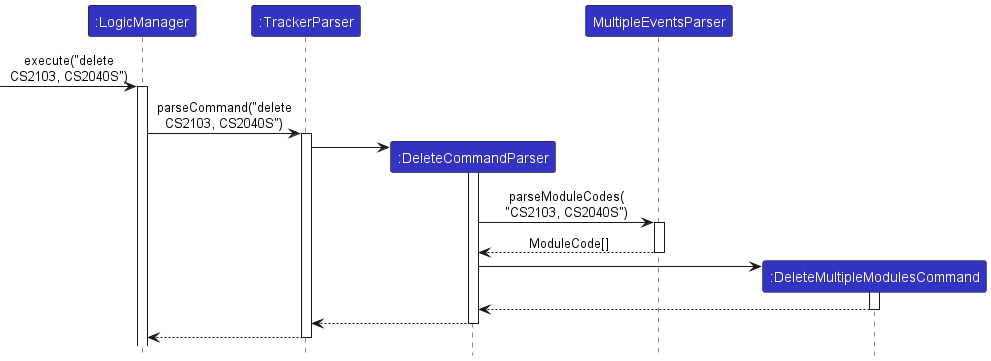
Earlier version of the PlantUML export docs/images/delete/DeleteModuleParseSequenceDiagram.png (nus-cs2103-AY2223S2/tp).
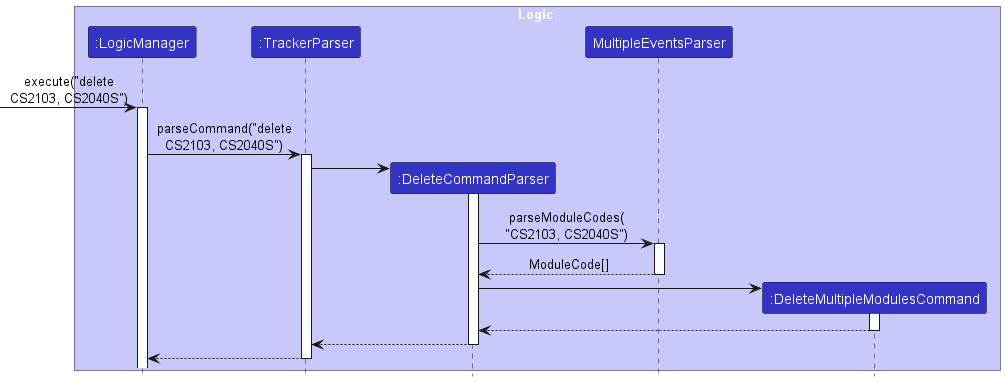
Later version of the same file.

Commit message:
Update Delete Command Diagram in DG Implementations Section

Diff of the diagram source:
```diff
@@ -1,11 +1,13 @@
 @startuml
 !include style.puml
 
+box Logic LOGIC_COLOR_T1
 participant ":LogicManager" LOGIC_COLOR
 participant ":TrackerParser" LOGIC_COLOR
 participant ":DeleteCommandParser" LOGIC_COLOR
 participant "MultipleEventsParser" LOGIC_COLOR
 participant ":DeleteMultipleModulesCommand" LOGIC_COLOR
+end box
 
 -> ":LogicManager": execute("delete\nCS2103, CS2040S")
 activate ":LogicManager"
```
